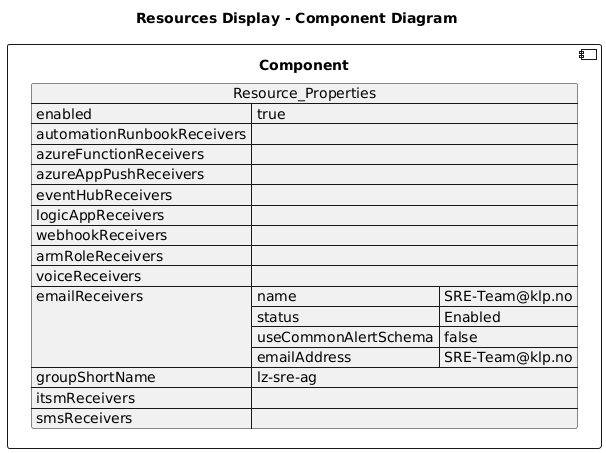
Before: diagrams/lz_sre_ag.png, a diagram exported from PlantUML (DanielAmpong/Test-Azure-architecture-diagram). Source of this version:
```plantuml
@startuml

title Resources Display - Component Diagram

component Component {

json  Resource_Properties {
  "enabled": true,
  "automationRunbookReceivers": [],
  "azureFunctionReceivers": [],
  "azureAppPushReceivers": [],
  "eventHubReceivers": [],
  "logicAppReceivers": [],
  "webhookReceivers": [],
  "armRoleReceivers": [],
  "voiceReceivers": [],
  "emailReceivers": [
    {
      "name": "SRE-Team@klp.no",
      "status": "Enabled",
      "useCommonAlertSchema": false,
      "emailAddress": "SRE-Team@klp.no"
    }
  ],
  "groupShortName": "lz-sre-ag",
  "itsmReceivers": [],
  "smsReceivers": []
}
}
@enduml
```
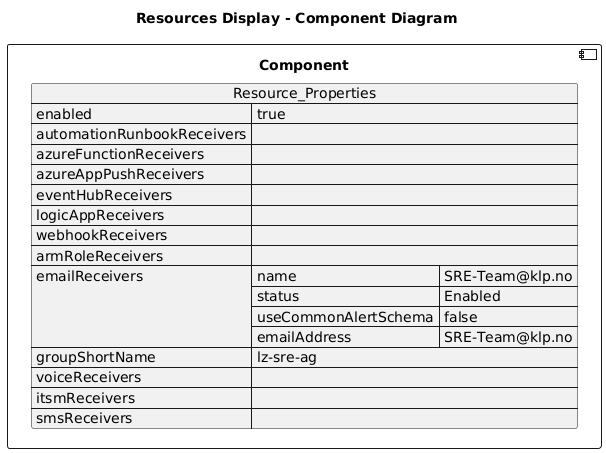
Later version of the same file.

What changed in the source:
```diff
@@ -13,7 +13,6 @@
   "logicAppReceivers": [],
   "webhookReceivers": [],
   "armRoleReceivers": [],
-  "voiceReceivers": [],
   "emailReceivers": [
     {
       "name": "SRE-Team@klp.no",
@@ -23,6 +22,7 @@
     }
   ],
   "groupShortName": "lz-sre-ag",
+  "voiceReceivers": [],
   "itsmReceivers": [],
   "smsReceivers": []
 }
```
